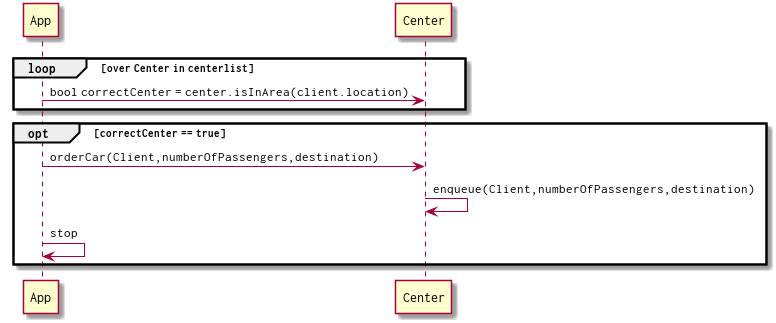
This is Diagrams/orderCar.png from TwanSchoonen/Networking2018, a PlantUML export, as it was before one commit.
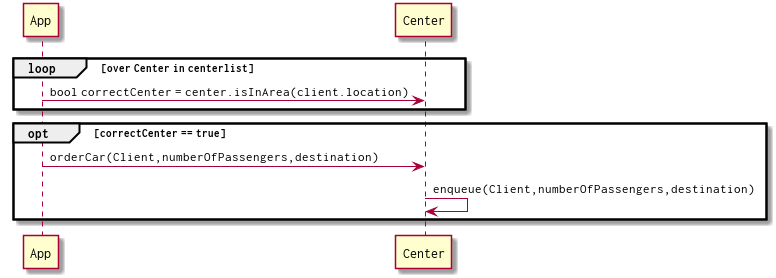
The same file after the commit.

Change to the diagram source:
```diff
@@ -5,7 +5,6 @@
 opt correctCenter == true
   App->Center: orderCar(Client,numberOfPassengers,destination)
   Center->Center: enqueue(Client,numberOfPassengers,destination)
-  App->App : stop
 end
 
 @enduml
```
